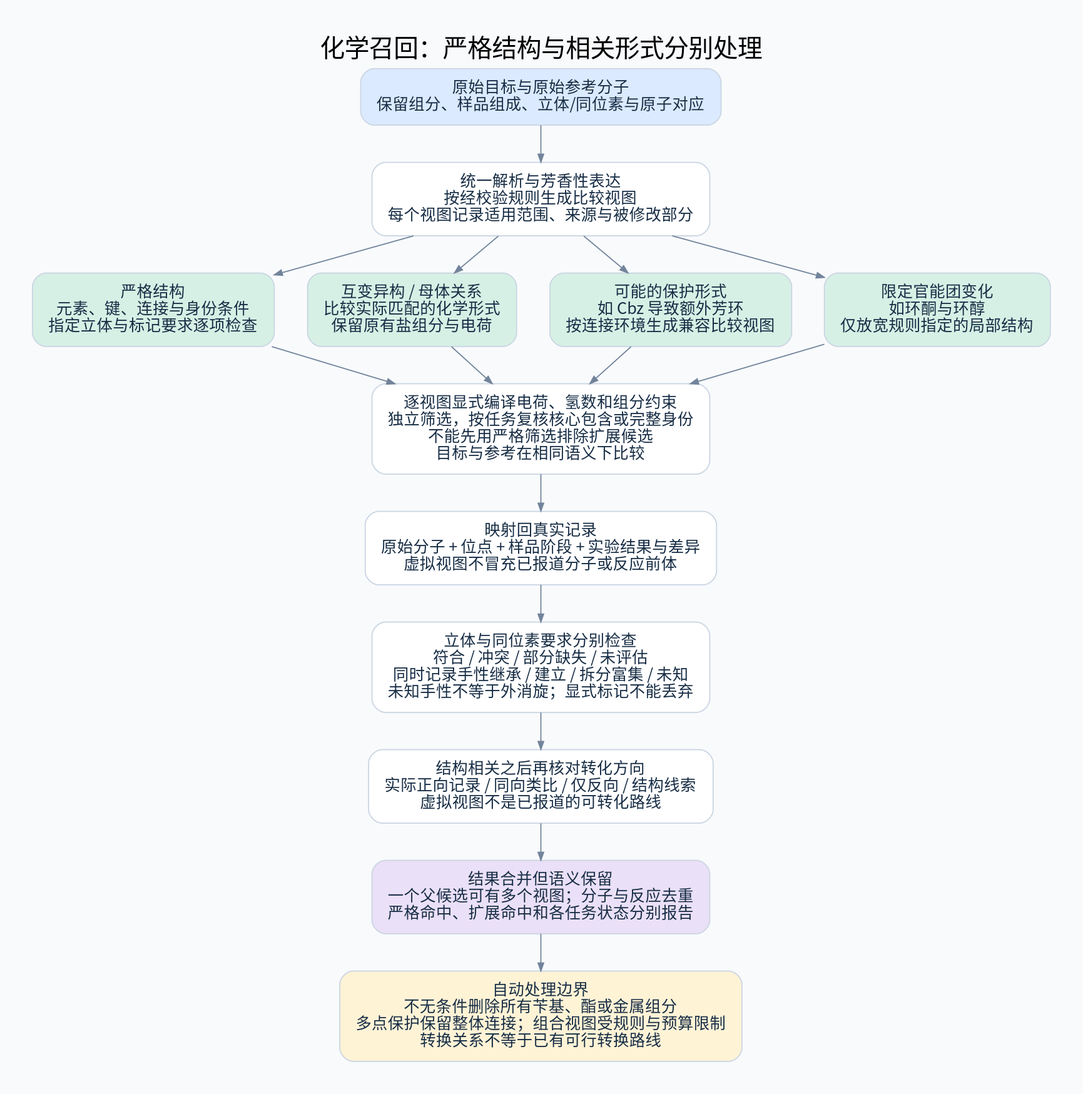
825728139/substructure_search keeps this Graphviz diagram as diagrams/chemical-recall.png. Above is the earlier version. Its source is kept beside it as diagrams/chemical-recall.dot.
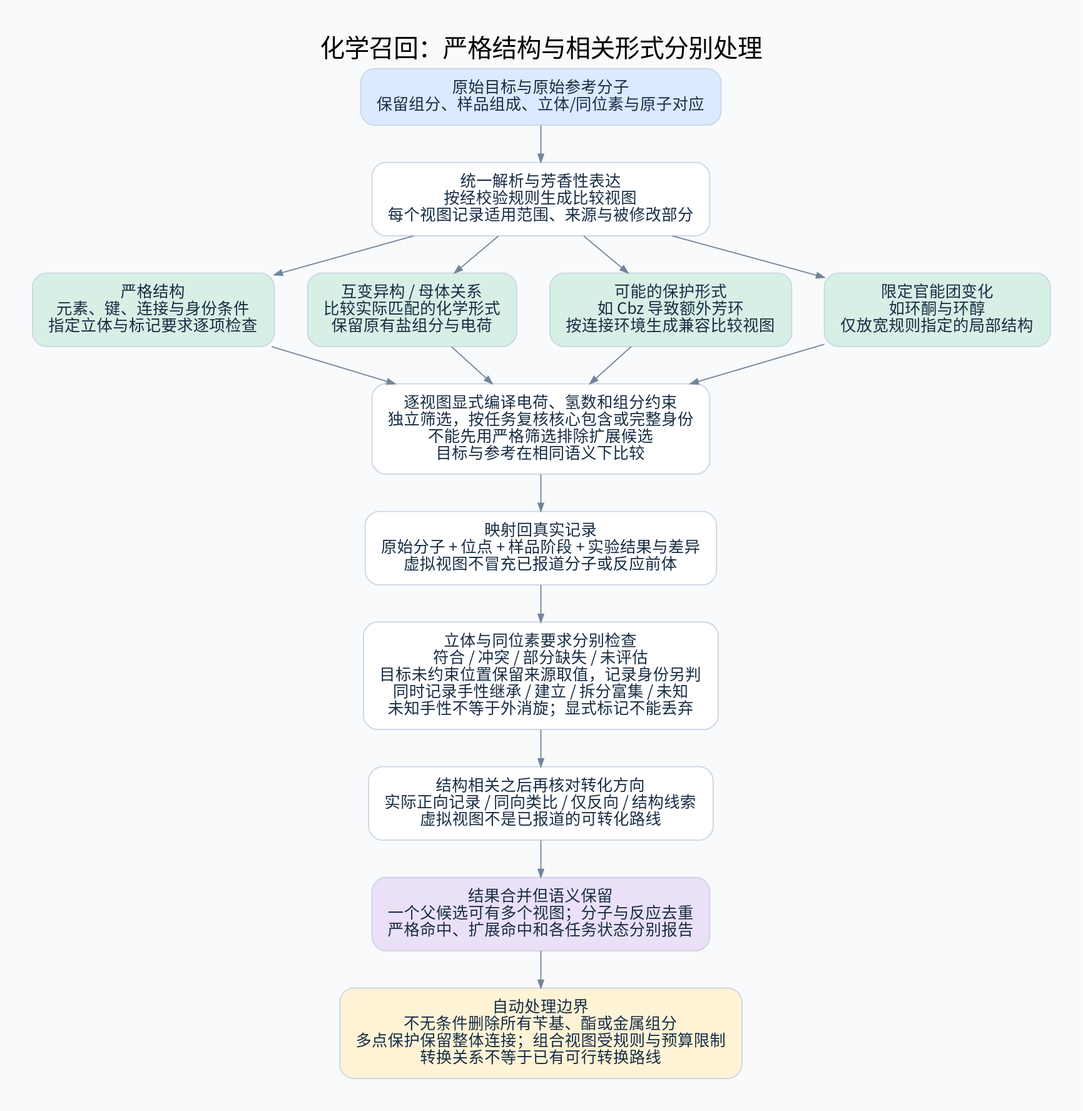
After the commit.

What changed in the source:
```diff
@@ -31,6 +31,7 @@
 虚拟视图不冒充已报道分子或反应前体"];
 stereo [label="立体与同位素要求分别检查
 符合 / 冲突 / 部分缺失 / 未评估
+目标未约束位置保留来源取值，记录身份另判
 同时记录手性继承 / 建立 / 拆分富集 / 未知
 未知手性不等于外消旋；显式标记不能丢弃"];
 direction [label="结构相关之后再核对转化方向
```
